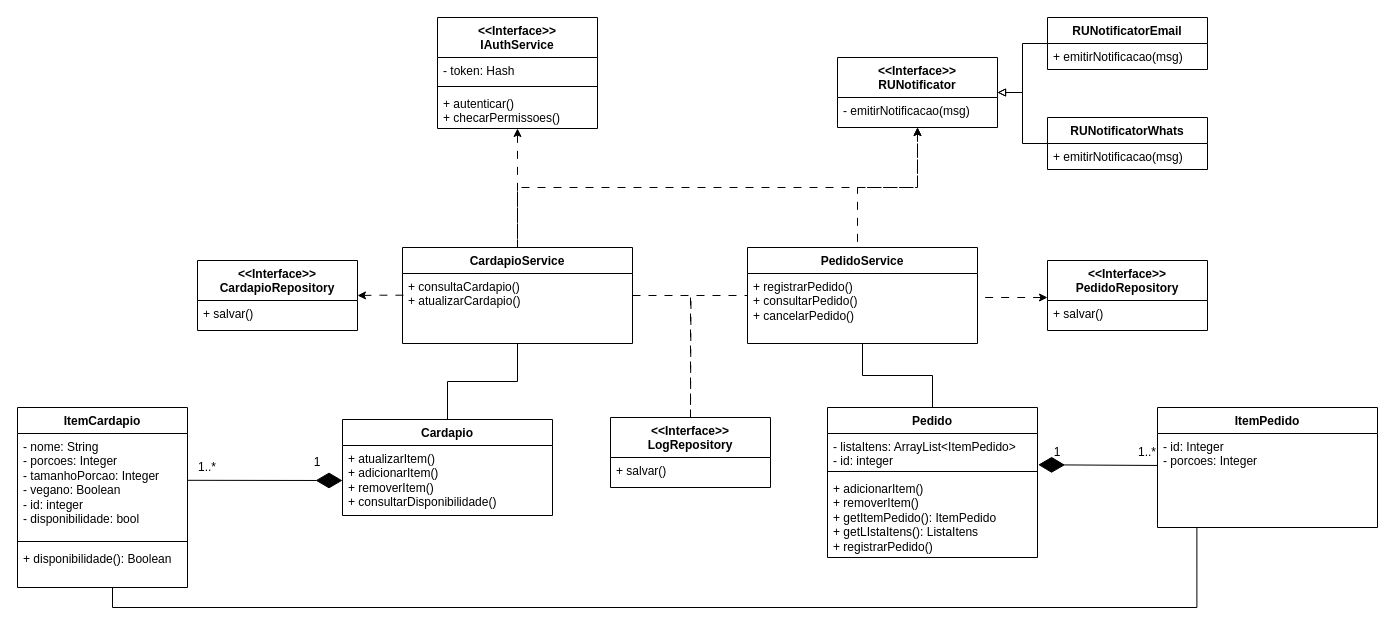
Above: docs/diagramas/classes/Diagrama de Classes 3.drawio in edsaibert/trab-design-restaurante (draw.io), before the change. Source tidied: cells renumbered, new cells numbered last; positions are measured from the earlier drawing's top-left corner, leaving out a move shared by most shapes. Both pictures are drawn from the tidied source at 100%, with x=0, y=0 at pixel (17, 17).
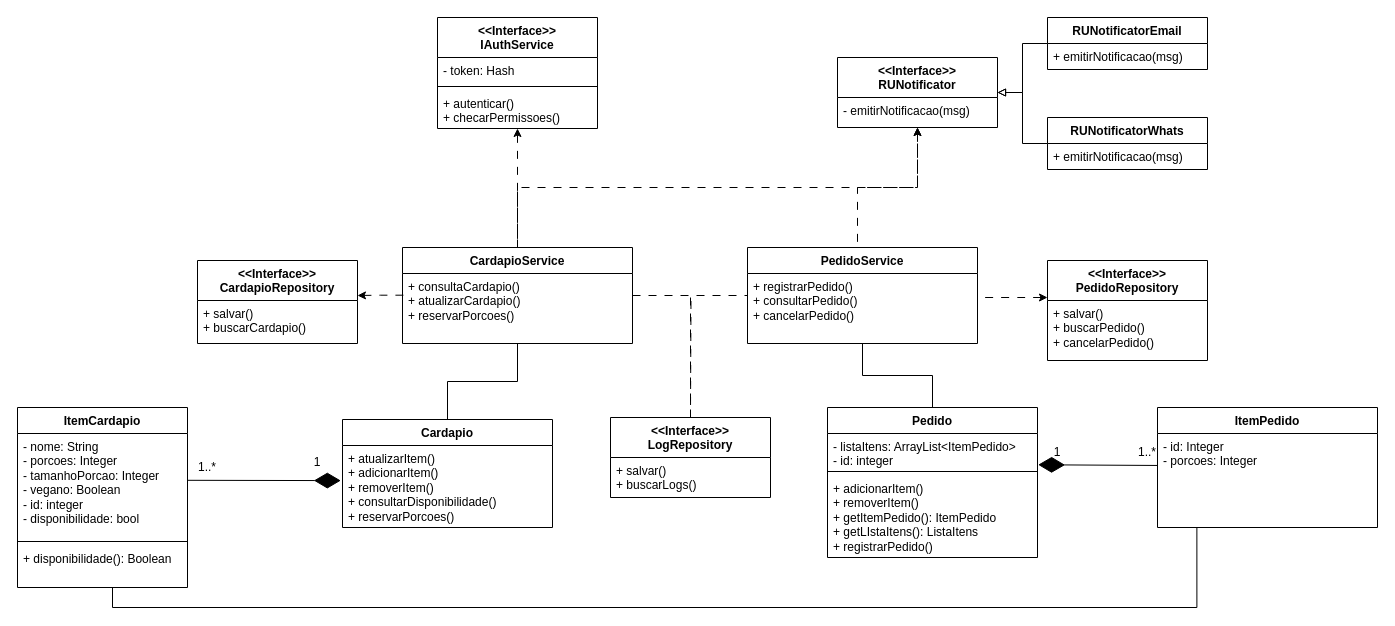
The same page after the edit.

The change refers to these unchanged cells:
```xml
<mxCell id="28" value="1..*" style="text;html=1;whiteSpace=wrap;strokeColor=none;fillColor=none;align=center;verticalAlign=middle;rounded=0;" parent="1" vertex="1">
  <mxGeometry x="160" y="435" width="60" height="30" as="geometry" />
</mxCell>
<mxCell id="33" value="CardapioService" style="swimlane;fontStyle=1;align=center;verticalAlign=top;horizontal=1;startSize=26;whiteSpace=wrap;html=1;" parent="1" vertex="1">
  <mxGeometry x="385" y="230" width="230" height="96" as="geometry" />
</mxCell>
```

The edit, as a diff of the source:
```diff
@@
     <mxCell id="3" value="Cardapio" style="swimlane;fontStyle=1;align=center;verticalAlign=top;horizontal=1;startSize=26;whiteSpace=wrap;html=1;" parent="1" vertex="1">
-      <mxGeometry x="325" y="402" width="210" height="96" as="geometry" />
+      <mxGeometry x="325" y="402" width="210" height="108" as="geometry" />
     </mxCell>
-    <mxCell id="4" value="&lt;div&gt;+ atualizarItem()&lt;/div&gt;&lt;div&gt;+ adicionarItem()&lt;/div&gt;&lt;div&gt;+ removerItem()&lt;/div&gt;&lt;div&gt;+ consultarDisponibilidade()&lt;/div&gt;" style="text;strokeColor=none;fillColor=none;align=left;verticalAlign=top;spacingLeft=4;spacingRight=4;overflow=hidden;points=[[0,0.5],[1,0.5]];portConstraint=eastwest;whiteSpace=wrap;html=1;" parent="3" vertex="1">
-      <mxGeometry y="26" width="210" height="70" as="geometry" />
+    <mxCell id="4" value="&lt;div&gt;+ atualizarItem()&lt;/div&gt;&lt;div&gt;+ adicionarItem()&lt;/div&gt;&lt;div&gt;+ removerItem()&lt;/div&gt;&lt;div&gt;+ consultarDisponibilidade()&lt;/div&gt;&lt;div&gt;+ reservarPorcoes()&lt;/div&gt;" style="text;strokeColor=none;fillColor=none;align=left;verticalAlign=top;spacingLeft=4;spacingRight=4;overflow=hidden;points=[[0,0.5],[1,0.5]];portConstraint=eastwest;whiteSpace=wrap;html=1;" parent="3" vertex="1">
+      <mxGeometry y="26" width="210" height="82" as="geometry" />
     </mxCell>
@@
-    <mxCell id="25" style="endArrow=diamondThin;endFill=1;endSize=24;html=1;rounded=0;defaultLabelBackgroundColor=page;exitX=0.166;exitY=0.927;exitDx=0;exitDy=0;entryX=0;entryY=0.5;entryDx=0;entryDy=0;exitPerimeter=0;" parent="1" edge="1" source="28" target="4">
+    <mxCell id="25" style="endArrow=diamondThin;endFill=1;endSize=24;html=1;rounded=0;defaultLabelBackgroundColor=page;exitX=0.166;exitY=0.927;exitDx=0;exitDy=0;entryX=-0.008;entryY=0.428;entryDx=0;entryDy=0;exitPerimeter=0;entryPerimeter=0;" parent="1" edge="1" source="28" target="4">
       <mxGeometry relative="1" as="geometry" />
     </mxCell>
@@
-    <mxCell id="34" value="&lt;div&gt;+ consultaCardapio()&lt;/div&gt;&lt;div&gt;+ atualizarCardapio()&amp;nbsp;&amp;nbsp;&lt;/div&gt;" style="text;strokeColor=none;fillColor=none;align=left;verticalAlign=top;spacingLeft=4;spacingRight=4;overflow=hidden;points=[[0,0.5],[1,0.5]];portConstraint=eastwest;whiteSpace=wrap;html=1;" parent="33" vertex="1">
+    <mxCell id="34" value="&lt;div&gt;+ consultaCardapio()&lt;/div&gt;&lt;div&gt;+ atualizarCardapio()&amp;nbsp;&amp;nbsp;&lt;/div&gt;&lt;div&gt;+ reservarPorcoes()&lt;/div&gt;" style="text;strokeColor=none;fillColor=none;align=left;verticalAlign=top;spacingLeft=4;spacingRight=4;overflow=hidden;points=[[0,0.5],[1,0.5]];portConstraint=eastwest;whiteSpace=wrap;html=1;" parent="33" vertex="1">
       <mxGeometry y="26" width="230" height="70" as="geometry" />
     </mxCell>
@@
     <mxCell id="45" value="&lt;div&gt;&amp;lt;&amp;lt;Interface&amp;gt;&amp;gt;&lt;/div&gt;&lt;div&gt;CardapioRepository&lt;/div&gt;" style="swimlane;fontStyle=1;align=center;verticalAlign=top;horizontal=1;startSize=40;whiteSpace=wrap;html=1;" parent="1" vertex="1">
-      <mxGeometry x="180" y="243" width="160" height="70" as="geometry" />
+      <mxGeometry x="180" y="243" width="160" height="83" as="geometry" />
     </mxCell>
-    <mxCell id="46" value="+ salvar()" style="text;strokeColor=none;fillColor=none;align=left;verticalAlign=top;spacingLeft=4;spacingRight=4;overflow=hidden;whiteSpace=wrap;html=1;" parent="45" vertex="1">
-      <mxGeometry y="40" width="160" height="30" as="geometry" />
+    <mxCell id="46" value="&lt;div&gt;+ salvar()&lt;/div&gt;+ buscarCardapio()" style="text;strokeColor=none;fillColor=none;align=left;verticalAlign=top;spacingLeft=4;spacingRight=4;overflow=hidden;whiteSpace=wrap;html=1;" parent="45" vertex="1">
+      <mxGeometry y="40" width="160" height="43" as="geometry" />
     </mxCell>
@@
     <mxCell id="48" value="&lt;div&gt;&amp;lt;&amp;lt;Interface&amp;gt;&amp;gt;&lt;/div&gt;&lt;div&gt;PedidoRepository&lt;/div&gt;" style="swimlane;fontStyle=1;align=center;verticalAlign=top;horizontal=1;startSize=40;whiteSpace=wrap;html=1;" parent="1" vertex="1">
-      <mxGeometry x="1030" y="243" width="160" height="70" as="geometry" />
+      <mxGeometry x="1030" y="243" width="160" height="100" as="geometry" />
     </mxCell>
-    <mxCell id="49" value="+ salvar()" style="text;strokeColor=none;fillColor=none;align=left;verticalAlign=top;spacingLeft=4;spacingRight=4;overflow=hidden;whiteSpace=wrap;html=1;" parent="48" vertex="1">
-      <mxGeometry y="40" width="160" height="30" as="geometry" />
+    <mxCell id="49" value="&lt;div&gt;+ salvar()&lt;/div&gt;&lt;div&gt;+ buscarPedido()&lt;/div&gt;&lt;div&gt;+ cancelarPedido()&lt;/div&gt;" style="text;strokeColor=none;fillColor=none;align=left;verticalAlign=top;spacingLeft=4;spacingRight=4;overflow=hidden;whiteSpace=wrap;html=1;" parent="48" vertex="1">
+      <mxGeometry y="40" width="160" height="60" as="geometry" />
     </mxCell>
     <mxCell id="50" value="&lt;div&gt;&amp;lt;&amp;lt;Interface&amp;gt;&amp;gt;&lt;/div&gt;&lt;div&gt;LogRepository&lt;/div&gt;" style="swimlane;fontStyle=1;align=center;verticalAlign=top;horizontal=1;startSize=40;whiteSpace=wrap;html=1;" parent="1" vertex="1">
-      <mxGeometry x="593" y="400" width="160" height="70" as="geometry" />
+      <mxGeometry x="593" y="400" width="160" height="80" as="geometry" />
     </mxCell>
-    <mxCell id="51" value="+ salvar()" style="text;strokeColor=none;fillColor=none;align=left;verticalAlign=top;spacingLeft=4;spacingRight=4;overflow=hidden;whiteSpace=wrap;html=1;" parent="50" vertex="1">
-      <mxGeometry y="40" width="160" height="30" as="geometry" />
+    <mxCell id="51" value="&lt;div&gt;+ salvar()&lt;/div&gt;+ buscarLogs()" style="text;strokeColor=none;fillColor=none;align=left;verticalAlign=top;spacingLeft=4;spacingRight=4;overflow=hidden;whiteSpace=wrap;html=1;" parent="50" vertex="1">
+      <mxGeometry y="40" width="160" height="40" as="geometry" />
     </mxCell>
```
